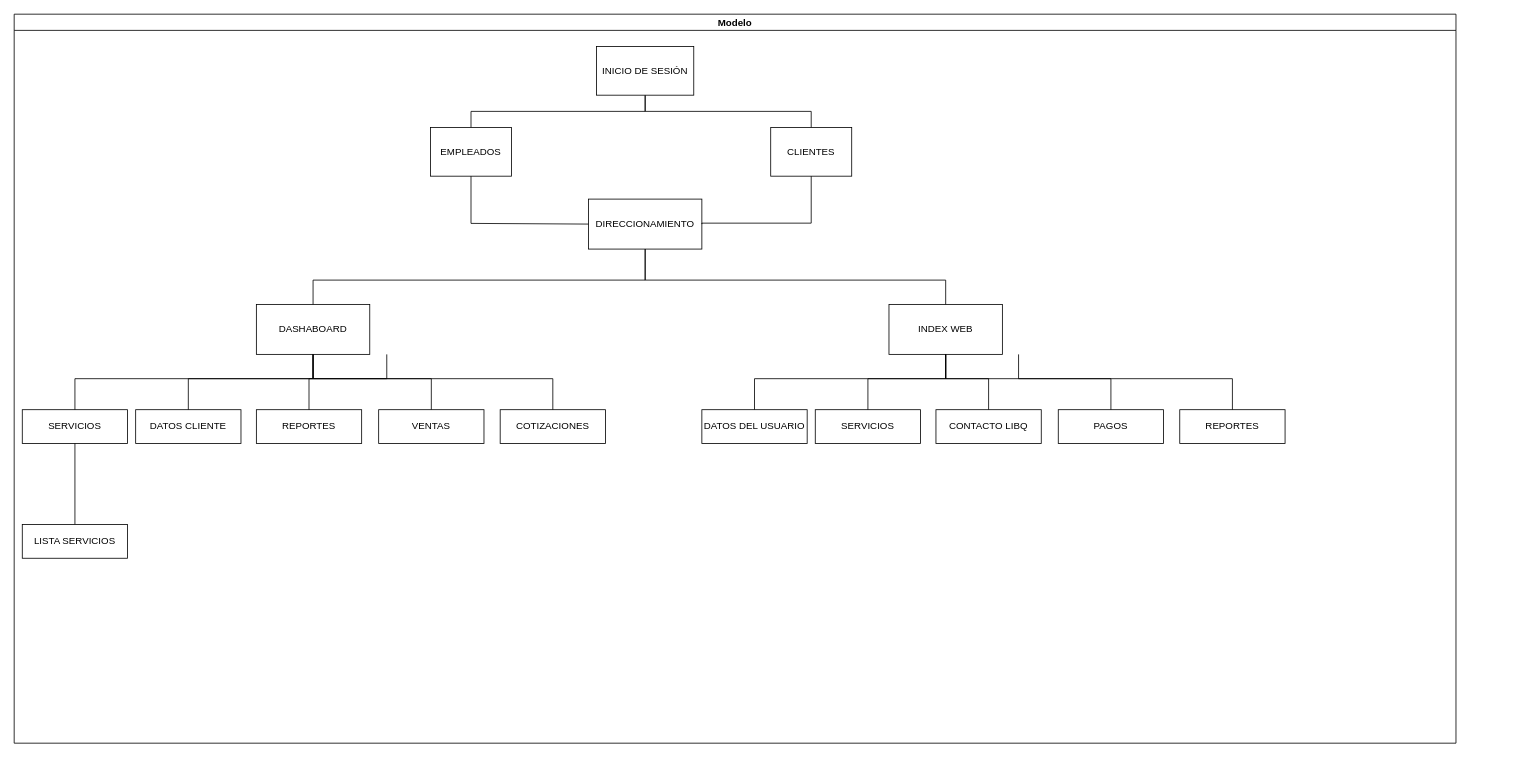
Earlier version of the draw.io diagram page "Procesos" (3 of 3) of Diagrama sin título.drawio (RaulMtz98/ipn-libq). Source tidied: cells renumbered, new cells numbered last; positions are measured from the earlier drawing's top-left corner, leaving out a move shared by most shapes. Both pictures are drawn from the tidied source at 81%, with x=0, y=0 at pixel (14, 14).
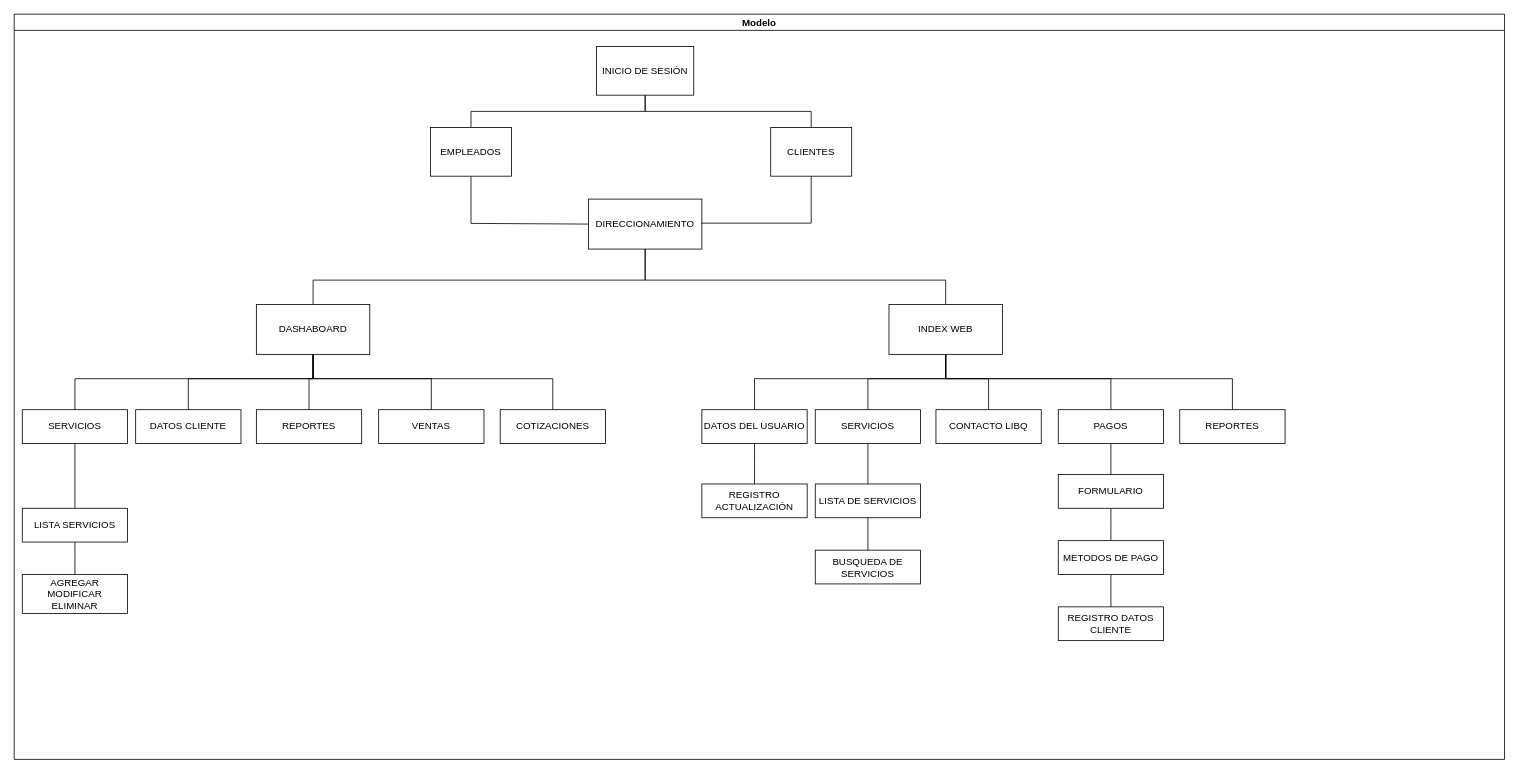
The same page after the edit.

Unchanged cells that the change refers to:
```xml
<mxCell id="11" value="INDEX WEB" style="whiteSpace=wrap;html=1;align=center;newEdgeStyle={&quot;edgeStyle&quot;:&quot;elbowEdgeStyle&quot;,&quot;startArrow&quot;:&quot;none&quot;,&quot;endArrow&quot;:&quot;none&quot;};" parent="2" vertex="1">
  <mxGeometry x="1080" y="358.3" width="140" height="61.7" as="geometry" />
</mxCell>
<mxCell id="12" value="DASHABOARD" style="whiteSpace=wrap;html=1;align=center;newEdgeStyle={&quot;edgeStyle&quot;:&quot;elbowEdgeStyle&quot;,&quot;startArrow&quot;:&quot;none&quot;,&quot;endArrow&quot;:&quot;none&quot;};" parent="2" vertex="1">
  <mxGeometry x="299" y="358.3" width="140" height="61.7" as="geometry" />
</mxCell>
<mxCell id="16" value="DATOS CLIENTE" style="whiteSpace=wrap;html=1;align=center;newEdgeStyle={&quot;edgeStyle&quot;:&quot;elbowEdgeStyle&quot;,&quot;startArrow&quot;:&quot;none&quot;,&quot;endArrow&quot;:&quot;none&quot;};" parent="2" vertex="1">
  <mxGeometry x="150" y="488.3" width="130" height="41.7" as="geometry" />
</mxCell>
<mxCell id="20" value="DATOS DEL USUARIO" style="whiteSpace=wrap;html=1;align=center;newEdgeStyle={&quot;edgeStyle&quot;:&quot;elbowEdgeStyle&quot;,&quot;startArrow&quot;:&quot;none&quot;,&quot;endArrow&quot;:&quot;none&quot;};" parent="2" vertex="1">
  <mxGeometry x="849" y="488.3" width="130" height="41.7" as="geometry" />
</mxCell>
<mxCell id="21" value="SERVICIOS" style="whiteSpace=wrap;html=1;align=center;newEdgeStyle={&quot;edgeStyle&quot;:&quot;elbowEdgeStyle&quot;,&quot;startArrow&quot;:&quot;none&quot;,&quot;endArrow&quot;:&quot;none&quot;};" parent="2" vertex="1">
  <mxGeometry x="989" y="488.3" width="130" height="41.7" as="geometry" />
</mxCell>
<mxCell id="23" value="PAGOS" style="whiteSpace=wrap;html=1;align=center;newEdgeStyle={&quot;edgeStyle&quot;:&quot;elbowEdgeStyle&quot;,&quot;startArrow&quot;:&quot;none&quot;,&quot;endArrow&quot;:&quot;none&quot;};" parent="2" vertex="1">
  <mxGeometry x="1289" y="488.3" width="130" height="41.7" as="geometry" />
</mxCell>
```

Change to the diagram source:
```diff
@@
     <mxCell id="2" value="Modelo" style="swimlane;startSize=20;horizontal=1;containerType=tree;newEdgeStyle={&quot;edgeStyle&quot;:&quot;elbowEdgeStyle&quot;,&quot;startArrow&quot;:&quot;none&quot;,&quot;endArrow&quot;:&quot;none&quot;};" parent="1" vertex="1">
-      <mxGeometry width="1780" height="900" as="geometry" />
+      <mxGeometry width="1840" height="920" as="geometry" />
     </mxCell>
@@
     <mxCell id="34" value="LISTA SERVICIOS" style="whiteSpace=wrap;html=1;align=center;newEdgeStyle={&quot;edgeStyle&quot;:&quot;elbowEdgeStyle&quot;,&quot;startArrow&quot;:&quot;none&quot;,&quot;endArrow&quot;:&quot;none&quot;};" parent="2" vertex="1">
-      <mxGeometry x="10" y="630" width="130" height="41.7" as="geometry" />
+      <mxGeometry x="10" y="610" width="130" height="41.7" as="geometry" />
     </mxCell>
-    <mxCell id="35" style="edgeStyle=elbowEdgeStyle;elbow=vertical;sourcePerimeterSpacing=0;targetPerimeterSpacing=0;startArrow=none;endArrow=none;rounded=0;curved=0;exitX=0.5;exitY=0;exitDx=0;exitDy=0;" parent="1" edge="1" source="16">
+    <mxCell id="35" style="edgeStyle=elbowEdgeStyle;elbow=vertical;sourcePerimeterSpacing=0;targetPerimeterSpacing=0;startArrow=none;endArrow=none;rounded=0;curved=0;exitX=0.5;exitY=0;exitDx=0;exitDy=0;entryX=0.5;entryY=1;entryDx=0;entryDy=0;" parent="2" edge="1" source="16" target="12">
       <mxGeometry relative="1" as="geometry">
-        <mxPoint x="460" y="420" as="targetPoint" />
         <Array as="points">
           <mxPoint x="390" y="450" />
         </Array>
       </mxGeometry>
     </mxCell>
-    <mxCell id="36" style="edgeStyle=elbowEdgeStyle;elbow=vertical;sourcePerimeterSpacing=0;targetPerimeterSpacing=0;startArrow=none;endArrow=none;rounded=0;curved=0;exitX=0.5;exitY=0;exitDx=0;exitDy=0;" parent="1" edge="1" source="23">
+    <mxCell id="36" style="edgeStyle=elbowEdgeStyle;elbow=vertical;sourcePerimeterSpacing=0;targetPerimeterSpacing=0;startArrow=none;endArrow=none;rounded=0;curved=0;exitX=0.5;exitY=0;exitDx=0;exitDy=0;entryX=0.5;entryY=1;entryDx=0;entryDy=0;" parent="2" edge="1" source="23" target="11">
       <mxGeometry relative="1" as="geometry">
-        <mxPoint x="1240" y="420" as="targetPoint" />
         <Array as="points">
           <mxPoint x="1270" y="450" />
         </Array>
       </mxGeometry>
     </mxCell>
+    <mxCell id="37" style="edgeStyle=elbowEdgeStyle;rounded=0;jettySize=auto;html=1;elbow=vertical;startArrow=none;endArrow=none;" parent="2" edge="1" source="34" target="38">
+      <mxGeometry relative="1" as="geometry" />
+    </mxCell>
+    <mxCell id="38" value="AGREGAR&lt;br&gt;MODIFICAR&lt;br&gt;ELIMINAR" style="whiteSpace=wrap;html=1;align=center;newEdgeStyle={&quot;edgeStyle&quot;:&quot;elbowEdgeStyle&quot;,&quot;startArrow&quot;:&quot;none&quot;,&quot;endArrow&quot;:&quot;none&quot;};" parent="2" vertex="1">
+      <mxGeometry x="10" y="691.7" width="130" height="48.3" as="geometry" />
+    </mxCell>
+    <mxCell id="39" style="edgeStyle=elbowEdgeStyle;rounded=0;jettySize=auto;html=1;elbow=vertical;startArrow=none;endArrow=none;" parent="2" edge="1" source="23" target="40">
+      <mxGeometry relative="1" as="geometry" />
+    </mxCell>
+    <mxCell id="40" value="FORMULARIO" style="whiteSpace=wrap;html=1;align=center;newEdgeStyle={&quot;edgeStyle&quot;:&quot;elbowEdgeStyle&quot;,&quot;startArrow&quot;:&quot;none&quot;,&quot;endArrow&quot;:&quot;none&quot;};" parent="2" vertex="1">
+      <mxGeometry x="1289" y="568.3" width="130" height="41.7" as="geometry" />
+    </mxCell>
+    <mxCell id="41" style="edgeStyle=elbowEdgeStyle;rounded=0;jettySize=auto;html=1;elbow=vertical;startArrow=none;endArrow=none;" parent="2" edge="1" source="40" target="42">
+      <mxGeometry relative="1" as="geometry" />
+    </mxCell>
+    <mxCell id="42" value="METODOS DE PAGO" style="whiteSpace=wrap;html=1;align=center;newEdgeStyle={&quot;edgeStyle&quot;:&quot;elbowEdgeStyle&quot;,&quot;startArrow&quot;:&quot;none&quot;,&quot;endArrow&quot;:&quot;none&quot;};" parent="2" vertex="1">
+      <mxGeometry x="1289" y="650" width="130" height="41.7" as="geometry" />
+    </mxCell>
+    <mxCell id="43" style="edgeStyle=elbowEdgeStyle;rounded=0;jettySize=auto;html=1;elbow=vertical;startArrow=none;endArrow=none;" parent="2" edge="1" source="42" target="44">
+      <mxGeometry relative="1" as="geometry" />
+    </mxCell>
+    <mxCell id="44" value="REGISTRO DATOS CLIENTE" style="whiteSpace=wrap;html=1;align=center;newEdgeStyle={&quot;edgeStyle&quot;:&quot;elbowEdgeStyle&quot;,&quot;startArrow&quot;:&quot;none&quot;,&quot;endArrow&quot;:&quot;none&quot;};" parent="2" vertex="1">
+      <mxGeometry x="1289" y="731.7" width="130" height="41.7" as="geometry" />
+    </mxCell>
+    <mxCell id="45" style="edgeStyle=elbowEdgeStyle;rounded=0;jettySize=auto;html=1;elbow=vertical;startArrow=none;endArrow=none;" parent="2" edge="1" source="20" target="46">
+      <mxGeometry relative="1" as="geometry" />
+    </mxCell>
+    <mxCell id="46" value="REGISTRO&lt;br&gt;ACTUALIZACIÓN" style="whiteSpace=wrap;html=1;align=center;newEdgeStyle={&quot;edgeStyle&quot;:&quot;elbowEdgeStyle&quot;,&quot;startArrow&quot;:&quot;none&quot;,&quot;endArrow&quot;:&quot;none&quot;};" parent="2" vertex="1">
+      <mxGeometry x="849" y="580" width="130" height="41.7" as="geometry" />
+    </mxCell>
+    <mxCell id="47" style="edgeStyle=elbowEdgeStyle;rounded=0;jettySize=auto;html=1;elbow=vertical;startArrow=none;endArrow=none;" parent="2" edge="1" source="21" target="48">
+      <mxGeometry relative="1" as="geometry" />
+    </mxCell>
+    <mxCell id="48" value="LISTA DE SERVICIOS" style="whiteSpace=wrap;html=1;align=center;newEdgeStyle={&quot;edgeStyle&quot;:&quot;elbowEdgeStyle&quot;,&quot;startArrow&quot;:&quot;none&quot;,&quot;endArrow&quot;:&quot;none&quot;};" parent="2" vertex="1">
+      <mxGeometry x="989" y="580" width="130" height="41.7" as="geometry" />
+    </mxCell>
+    <mxCell id="49" style="edgeStyle=elbowEdgeStyle;rounded=0;jettySize=auto;html=1;elbow=vertical;startArrow=none;endArrow=none;" parent="2" edge="1" source="48" target="50">
+      <mxGeometry relative="1" as="geometry" />
+    </mxCell>
+    <mxCell id="50" value="BUSQUEDA DE SERVICIOS" style="whiteSpace=wrap;html=1;align=center;newEdgeStyle={&quot;edgeStyle&quot;:&quot;elbowEdgeStyle&quot;,&quot;startArrow&quot;:&quot;none&quot;,&quot;endArrow&quot;:&quot;none&quot;};" parent="2" vertex="1">
+      <mxGeometry x="989" y="661.7" width="130" height="41.7" as="geometry" />
+    </mxCell>
```
